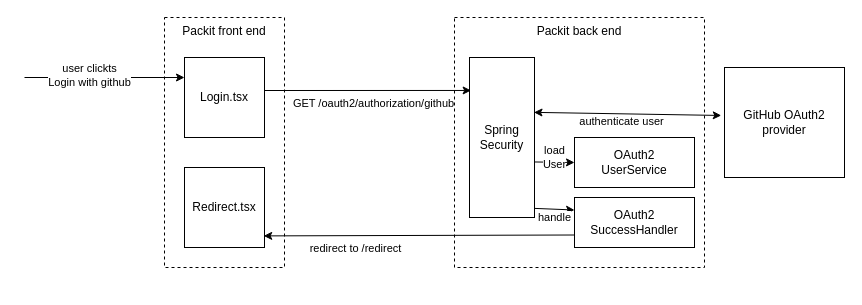
mrc-ide/packit keeps this draw.io diagram as docs/Packit browser login.drawio. Above is the earlier version. Source tidied: cells renumbered, new cells numbered last; positions are measured from the earlier drawing's top-left corner, leaving out a move shared by most shapes. Both pictures are drawn from the tidied source at 100%, with x=0, y=0 at pixel (24, 17).
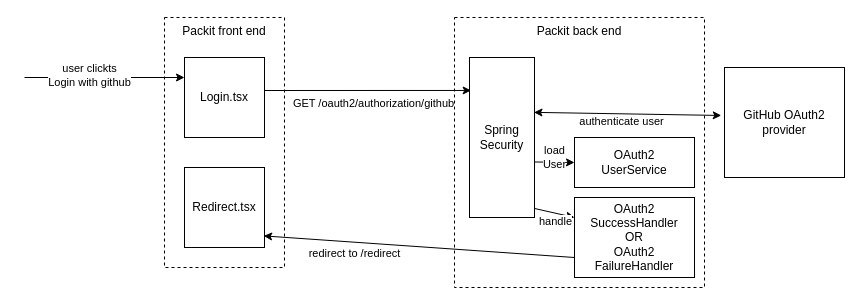
After the change.

What changed in the source:
```diff
@@
     <mxCell id="3" value="Packit back end" style="rounded=0;whiteSpace=wrap;html=1;verticalAlign=top;dashed=1;" parent="1" vertex="1">
-      <mxGeometry x="430" width="250" height="250" as="geometry" />
+      <mxGeometry x="430" width="250" height="270" as="geometry" />
     </mxCell>
@@
-    <mxCell id="14" value="OAuth2&lt;br&gt;SuccessHandler" style="rounded=0;whiteSpace=wrap;html=1;" parent="1" vertex="1">
-      <mxGeometry x="550" y="180" width="120" height="50" as="geometry" />
+    <mxCell id="14" value="OAuth2&lt;br&gt;&lt;div&gt;SuccessHandler&lt;/div&gt;&lt;div&gt;OR&lt;/div&gt;&lt;div&gt;OAuth2&lt;/div&gt;&lt;div&gt;FailureHandler&lt;br&gt;&lt;/div&gt;" style="rounded=0;whiteSpace=wrap;html=1;" parent="1" vertex="1">
+      <mxGeometry x="550" y="180" width="120" height="80" as="geometry" />
     </mxCell>
```
